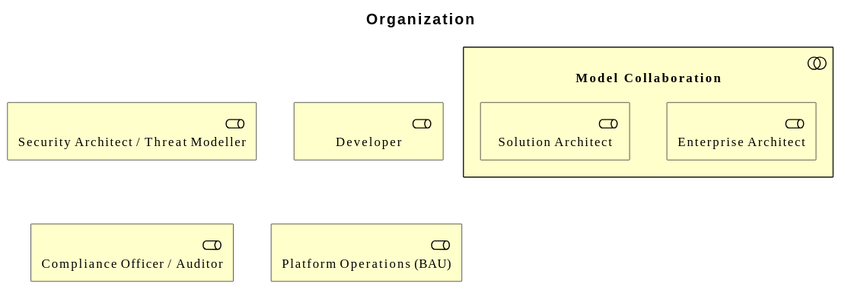
The PlantUML diagram architecture/model/diagrams/business/organization.svg in wolffy-au/frictionless-architect, before a commit. The source it was exported from:
```plantuml
@startuml
!include <archimate/Archimate>

title Organization

Business_Role(e_id10a12f8c7cac51, "Security Architect / Threat Modeller")
Business_Role(e_id2c72565ddd6c52, "Developer")
Business_Role(e_id5e264d2f4bb551, "Compliance Officer / Auditor")
Business_Role(e_id2c489ee6594253, "Platform Operations (BAU)")
Business_Collaboration(e_id2aa180bf48e258, "Model Collaboration") {
  Business_Role(e_id2b5394f913985a, "Enterprise Architect")
  Business_Role(e_ide2cb7f3efa6256, "Solution Architect")
}
@enduml
```
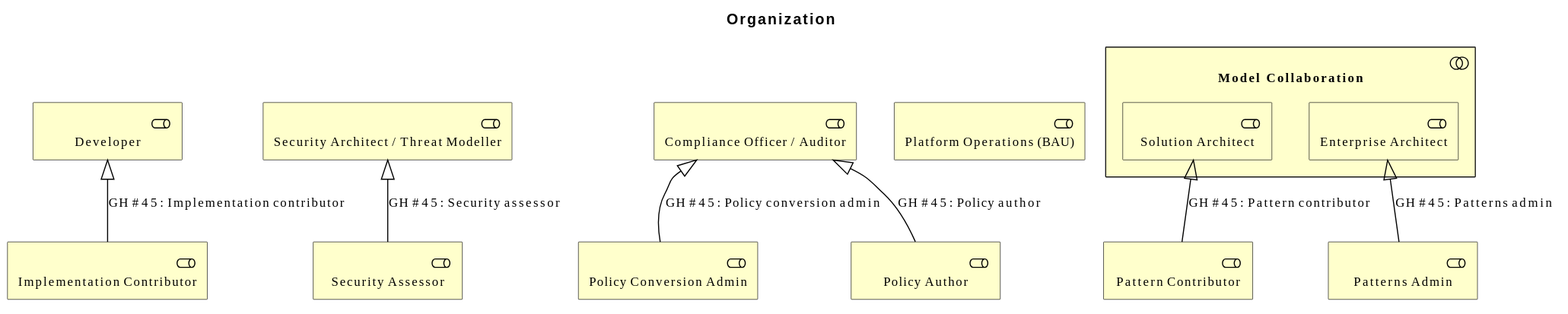
After the change.

Diff of the diagram source:
```diff
@@ -7,8 +7,21 @@
 Business_Role(e_id2c72565ddd6c52, "Developer")
 Business_Role(e_id5e264d2f4bb551, "Compliance Officer / Auditor")
 Business_Role(e_id2c489ee6594253, "Platform Operations (BAU)")
+Business_Role(e_id535be3f84f875d, "Policy Conversion Admin")
+Business_Role(e_idf70196c3f2435b, "Policy Author")
+Business_Role(e_idf864f54e651356, "Patterns Admin")
+Business_Role(e_idb5363ecec4b659, "Security Assessor")
+Business_Role(e_id1fe7917ce23f55, "Pattern Contributor")
+Business_Role(e_idc93f64f6c86854, "Implementation Contributor")
 Business_Collaboration(e_id2aa180bf48e258, "Model Collaboration") {
   Business_Role(e_id2b5394f913985a, "Enterprise Architect")
   Business_Role(e_ide2cb7f3efa6256, "Solution Architect")
 }
+
+Rel_Specialization_Up(e_id535be3f84f875d, e_id5e264d2f4bb551, "GH #45: Policy conversion admin")
+Rel_Specialization_Up(e_idf70196c3f2435b, e_id5e264d2f4bb551, "GH #45: Policy author")
+Rel_Specialization_Up(e_idf864f54e651356, e_id2b5394f913985a, "GH #45: Patterns admin")
+Rel_Specialization_Up(e_idb5363ecec4b659, e_id10a12f8c7cac51, "GH #45: Security assessor")
+Rel_Specialization_Up(e_id1fe7917ce23f55, e_ide2cb7f3efa6256, "GH #45: Pattern contributor")
+Rel_Specialization_Up(e_idc93f64f6c86854, e_id2c72565ddd6c52, "GH #45: Implementation contributor")
 @enduml
```
